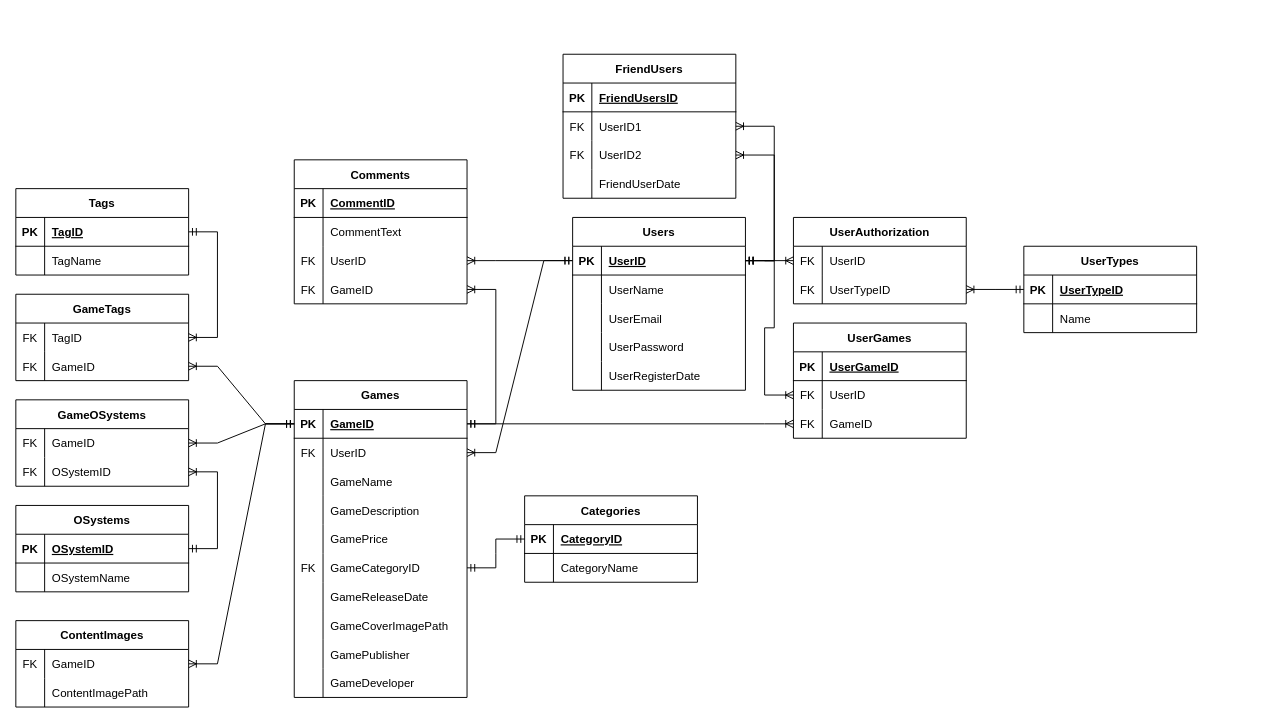
Earlier version of the draw.io diagram GameStoreDB.drawio (EmirLogas/GameStore). Source tidied: cells renumbered, new cells numbered last; positions are measured from the earlier drawing's top-left corner, leaving out a move shared by most shapes. Both pictures are drawn from the tidied source at 96%, with x=0, y=0 at pixel (15, 54).
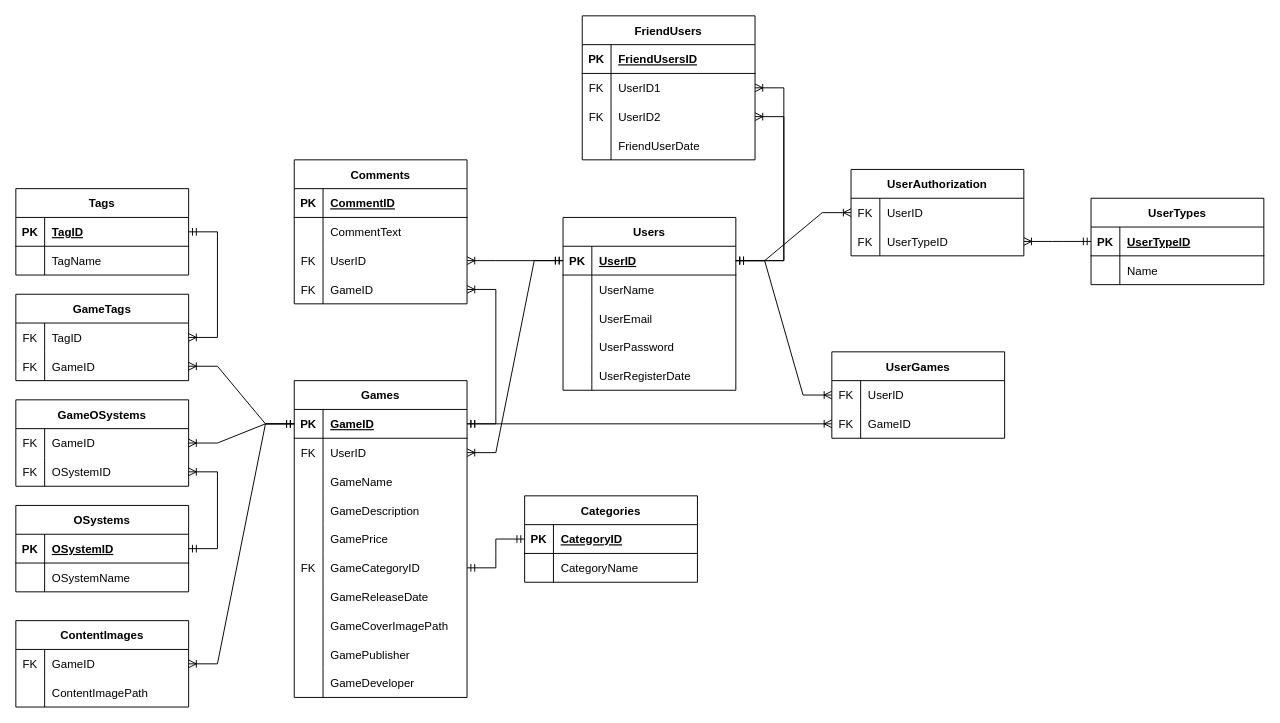
The same page after the edit.

What changed in the source:
```diff
@@
     <mxCell id="40" value="Users" style="shape=table;startSize=30;childLayout=tableLayout;rowLines=0;fontStyle=1;align=center;" parent="1" vertex="1">
-      <mxGeometry x="580" y="170" width="180" height="180" as="geometry" />
+      <mxGeometry x="570" y="170" width="180" height="180" as="geometry" />
     </mxCell>
@@
     <mxCell id="56" value="UserTypes" style="shape=table;startSize=30;childLayout=tableLayout;rowLines=0;fontStyle=1;align=center;" parent="1" vertex="1">
-      <mxGeometry x="1050" y="200" width="180" height="90" as="geometry" />
+      <mxGeometry x="1120" y="150" width="180" height="90" as="geometry" />
     </mxCell>
@@
     <mxCell id="63" value="UserAuthorization" style="shape=table;startSize=30;childLayout=tableLayout;rowLines=0;fontStyle=1;align=center;" parent="1" vertex="1">
-      <mxGeometry x="810" y="170" width="180" height="90" as="geometry" />
+      <mxGeometry x="870" y="120" width="180" height="90" as="geometry" />
     </mxCell>
@@
     <mxCell id="72" value="UserGames" style="shape=table;startSize=30;childLayout=tableLayout;rowLines=0;fontStyle=1;align=center;" parent="1" vertex="1">
-      <mxGeometry x="810" y="280" width="180" height="120" as="geometry" />
+      <mxGeometry x="850" y="310" width="180" height="90" as="geometry" />
     </mxCell>
-    <mxCell id="73" style="shape=tableRow;horizontal=0;startSize=0;swimlaneHead=0;swimlaneBody=0;fillColor=none;top=0;left=0;right=0;bottom=1;" parent="72" vertex="1">
-      <mxGeometry y="30" width="180" height="30" as="geometry" />
-    </mxCell>
-    <mxCell id="74" value="PK" style="shape=partialRectangle;fillColor=none;top=0;left=0;bottom=0;right=0;fontStyle=1;overflow=hidden;" parent="73" vertex="1">
-      <mxGeometry width="30" height="30" as="geometry" />
-    </mxCell>
-    <mxCell id="75" value="UserGameID" style="shape=partialRectangle;fillColor=none;top=0;left=0;bottom=0;right=0;align=left;spacingLeft=6;fontStyle=5;overflow=hidden;" parent="73" vertex="1">
-      <mxGeometry x="30" width="150" height="30" as="geometry" />
-    </mxCell>
     <mxCell id="76" style="shape=tableRow;horizontal=0;startSize=0;swimlaneHead=0;swimlaneBody=0;fillColor=none;points=[[0,0.5],[1,0.5]];portConstraint=eastwest;top=0;left=0;right=0;bottom=0;" parent="72" vertex="1">
-      <mxGeometry y="60" width="180" height="30" as="geometry" />
+      <mxGeometry y="30" width="180" height="30" as="geometry" />
     </mxCell>
@@
     <mxCell id="79" style="shape=tableRow;horizontal=0;startSize=0;swimlaneHead=0;swimlaneBody=0;fillColor=none;points=[[0,0.5],[1,0.5]];portConstraint=eastwest;top=0;left=0;right=0;bottom=0;" parent="72" vertex="1">
-      <mxGeometry y="90" width="180" height="30" as="geometry" />
+      <mxGeometry y="60" width="180" height="30" as="geometry" />
     </mxCell>
@@
     <mxCell id="99" value="FriendUsers" style="shape=table;startSize=30;childLayout=tableLayout;rowLines=0;fontStyle=1;align=center;" parent="1" vertex="1">
-      <mxGeometry x="570" width="180" height="150" as="geometry" />
+      <mxGeometry x="590" y="-40" width="180" height="150" as="geometry" />
     </mxCell>
```
